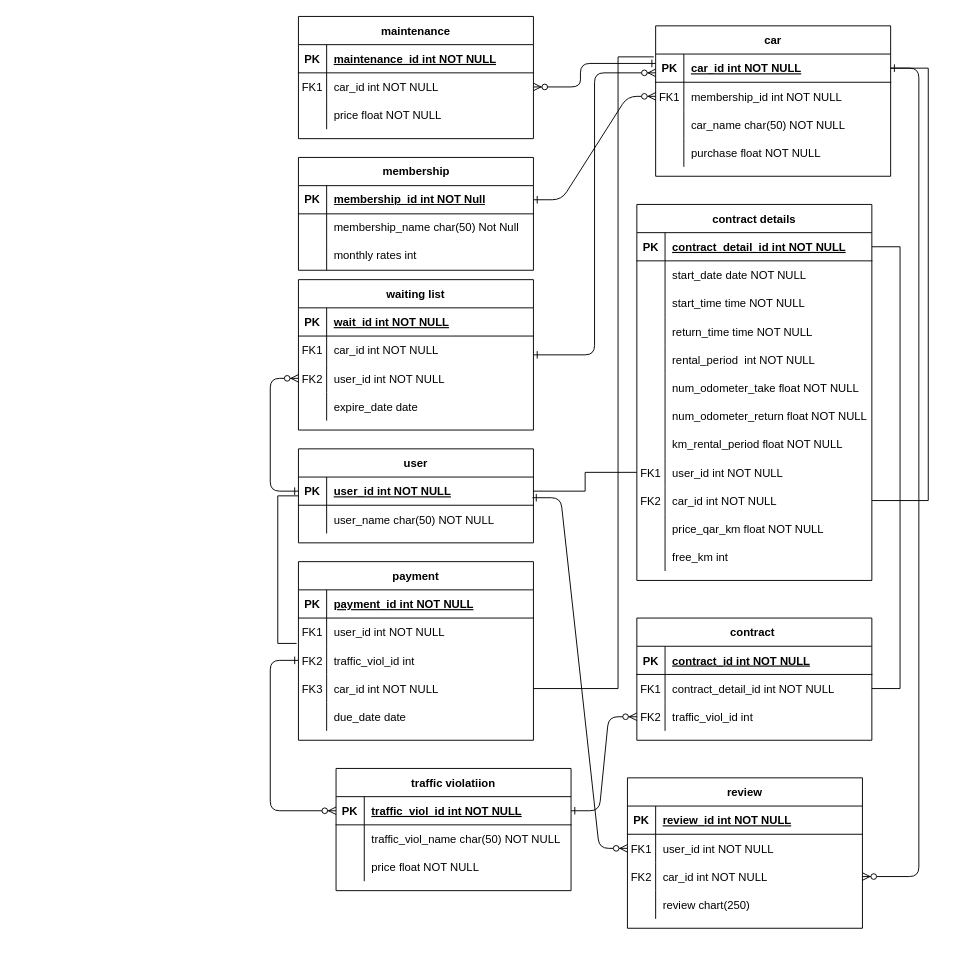
Earlier version of the draw.io diagram Untitled Diagram.drawio (EsraaMohamed0301/Modeling-a-System-to-rent-luxury-exotic-cars-). Source tidied: cells renumbered, new cells numbered last; positions are measured from the earlier drawing's top-left corner, leaving out a move shared by most shapes. Both pictures are drawn from the tidied source at 94%, with x=0, y=0 at pixel (270, 16).
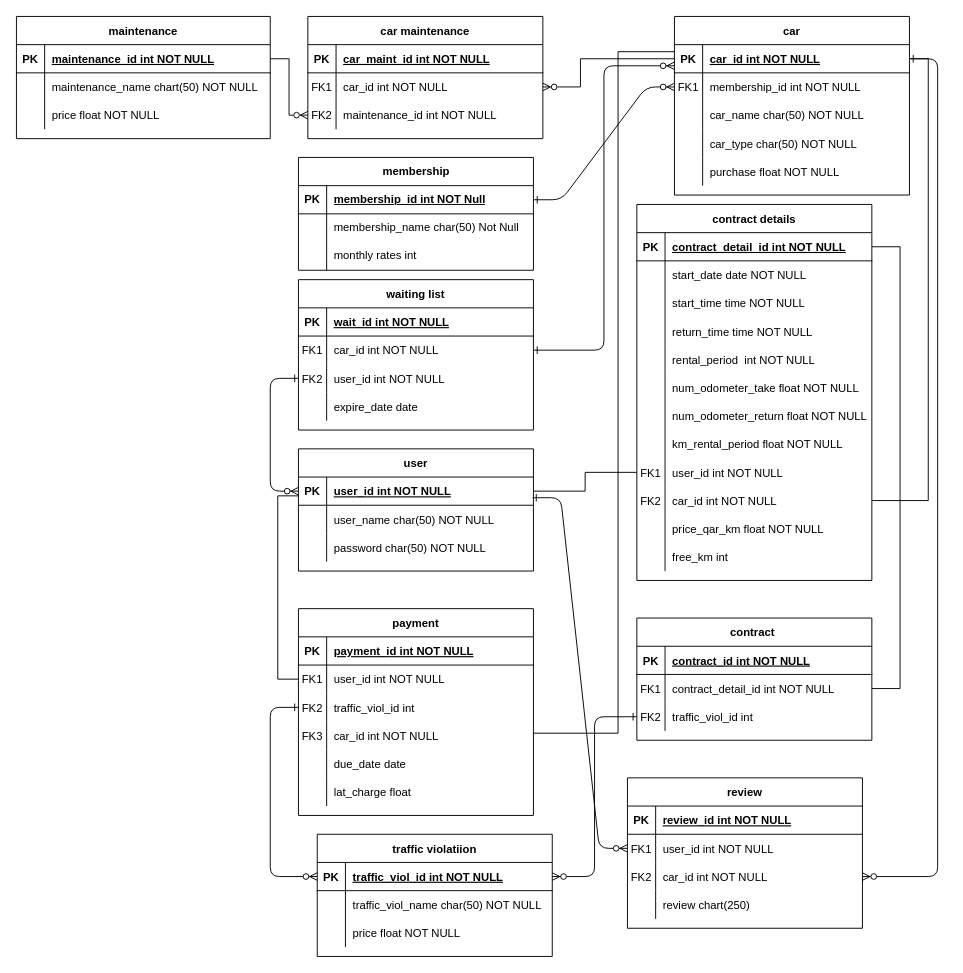
Above is the later version.

Unchanged cells that the change refers to:
```xml
<mxCell id="5" style="shape=partialRectangle;fillColor=none;points=[[0,0.5],[1,0.5]];portConstraint=eastwest;top=0;left=0;right=0;bottom=1;" parent="4" vertex="1">
  <mxGeometry y="30" width="250" height="30" as="geometry" />
</mxCell>
<mxCell id="28" style="shape=partialRectangle;fillColor=none;points=[[0,0.5],[1,0.5]];portConstraint=eastwest;top=0;left=0;right=0;bottom=1;" parent="27" vertex="1">
  <mxGeometry y="30" width="250" height="30" as="geometry" />
</mxCell>
<mxCell id="48" style="shape=partialRectangle;fillColor=none;points=[[0,0.5],[1,0.5]];portConstraint=eastwest;top=0;left=0;right=0;bottom=1;" parent="47" vertex="1">
  <mxGeometry y="30" width="250" height="30" as="geometry" />
</mxCell>
<mxCell id="61" style="shape=partialRectangle;fillColor=none;points=[[0,0.5],[1,0.5]];portConstraint=eastwest;top=0;left=0;right=0;bottom=0;" parent="54" vertex="1">
  <mxGeometry y="90" width="250" height="30" as="geometry" />
</mxCell>
<mxCell id="106" style="shape=partialRectangle;fillColor=none;points=[[0,0.5],[1,0.5]];portConstraint=eastwest;top=0;left=0;right=0;bottom=0;" parent="102" vertex="1">
  <mxGeometry y="60" width="250" height="30" as="geometry" />
</mxCell>
<mxCell id="109" style="shape=partialRectangle;fillColor=none;points=[[0,0.5],[1,0.5]];portConstraint=eastwest;top=0;left=0;right=0;bottom=0;" parent="102" vertex="1">
  <mxGeometry y="90" width="250" height="30" as="geometry" />
</mxCell>
<mxCell id="125" style="shape=partialRectangle;fillColor=none;points=[[0,0.5],[1,0.5]];portConstraint=eastwest;top=0;left=0;right=0;bottom=0;" parent="121" vertex="1">
  <mxGeometry y="60" width="250" height="30" as="geometry" />
</mxCell>
<mxCell id="131" style="shape=partialRectangle;fillColor=none;points=[[0,0.5],[1,0.5]];portConstraint=eastwest;top=0;left=0;right=0;bottom=0;" parent="121" vertex="1">
  <mxGeometry y="120" width="250" height="30" as="geometry" />
</mxCell>
```

Diff of the diagram source:
```diff
@@
-    <mxCell id="3" style="edgeStyle=elbowEdgeStyle;endArrow=ERzeroToMany;startArrow=ERone;endFill=1;startFill=0;" parent="1" edge="1" source="5" target="21">
-      <mxGeometry relative="1" as="geometry">
-        <Array as="points">
-          <mxPoint x="330" y="50" />
-        </Array>
-      </mxGeometry>
-    </mxCell>
     <mxCell id="4" value="car" style="shape=table;startSize=30;childLayout=tableLayout;rowLines=0;fontStyle=1;align=center;" parent="1" vertex="1">
-      <mxGeometry x="410" y="10" width="250" height="160" as="geometry" />
+      <mxGeometry x="430" width="250" height="190" as="geometry" />
     </mxCell>
@@
+    <mxCell id="155" style="shape=partialRectangle;fillColor=none;top=0;left=0;right=0;bottom=0;" parent="4" vertex="1">
+      <mxGeometry y="120" width="250" height="30" as="geometry" />
+    </mxCell>
+    <mxCell id="156" style="shape=partialRectangle;overflow=hidden;fillColor=none;top=0;left=0;bottom=0;right=0;" parent="155" vertex="1">
+      <mxGeometry width="30" height="30" as="geometry" />
+    </mxCell>
+    <mxCell id="157" value="car_type char(50) NOT NULL" style="shape=partialRectangle;overflow=hidden;fillColor=none;top=0;left=0;bottom=0;right=0;align=left;spacingLeft=6;" parent="155" vertex="1">
+      <mxGeometry x="30" width="220" height="30" as="geometry" />
+    </mxCell>
     <mxCell id="14" style="shape=partialRectangle;fillColor=none;top=0;left=0;right=0;bottom=0;" parent="4" vertex="1">
-      <mxGeometry y="120" width="250" height="30" as="geometry" />
+      <mxGeometry y="150" width="250" height="30" as="geometry" />
     </mxCell>
@@
     <mxCell id="17" value="maintenance" style="shape=table;startSize=30;childLayout=tableLayout;rowLines=0;fontStyle=1;align=center;" parent="1" vertex="1">
-      <mxGeometry x="30" width="250" height="130" as="geometry" />
+      <mxGeometry x="-270" width="270" height="130" as="geometry" />
     </mxCell>
     <mxCell id="18" style="shape=partialRectangle;fillColor=none;points=[[0,0.5],[1,0.5]];portConstraint=eastwest;top=0;left=0;right=0;bottom=1;" parent="17" vertex="1">
-      <mxGeometry y="30" width="250" height="30" as="geometry" />
+      <mxGeometry y="30" width="270" height="30" as="geometry" />
     </mxCell>
@@
     <mxCell id="20" value="maintenance_id int NOT NULL " style="shape=partialRectangle;overflow=hidden;fillColor=none;top=0;left=0;bottom=0;right=0;align=left;spacingLeft=6;fontStyle=5;" parent="18" vertex="1">
-      <mxGeometry x="30" width="220" height="30" as="geometry" />
+      <mxGeometry x="30" width="240" height="30" as="geometry" />
     </mxCell>
-    <mxCell id="21" style="shape=partialRectangle;fillColor=none;points=[[0,0.5],[1,0.5]];portConstraint=eastwest;top=0;left=0;right=0;bottom=0;" parent="17" vertex="1">
-      <mxGeometry y="60" width="250" height="30" as="geometry" />
-    </mxCell>
-    <mxCell id="22" value="FK1" style="shape=partialRectangle;overflow=hidden;fillColor=none;top=0;left=0;bottom=0;right=0;" parent="21" vertex="1">
-      <mxGeometry width="30" height="30" as="geometry" />
-    </mxCell>
-    <mxCell id="23" value="car_id int NOT NULL" style="shape=partialRectangle;overflow=hidden;fillColor=none;top=0;left=0;bottom=0;right=0;align=left;spacingLeft=6;" parent="21" vertex="1">
-      <mxGeometry x="30" width="220" height="30" as="geometry" />
-    </mxCell>
+    <mxCell id="158" style="shape=partialRectangle;fillColor=none;top=0;left=0;right=0;bottom=0;" parent="17" vertex="1">
+      <mxGeometry y="60" width="270" height="30" as="geometry" />
+    </mxCell>
+    <mxCell id="159" style="shape=partialRectangle;overflow=hidden;fillColor=none;top=0;left=0;bottom=0;right=0;" parent="158" vertex="1">
+      <mxGeometry width="30" height="30" as="geometry" />
+    </mxCell>
+    <mxCell id="160" value="maintenance_name chart(50) NOT NULL" style="shape=partialRectangle;overflow=hidden;fillColor=none;top=0;left=0;bottom=0;right=0;align=left;spacingLeft=6;" parent="158" vertex="1">
+      <mxGeometry x="30" width="240" height="30" as="geometry" />
+    </mxCell>
     <mxCell id="24" style="shape=partialRectangle;fillColor=none;top=0;left=0;right=0;bottom=0;" parent="17" vertex="1">
-      <mxGeometry y="90" width="250" height="30" as="geometry" />
+      <mxGeometry y="90" width="270" height="30" as="geometry" />
     </mxCell>
@@
     <mxCell id="26" value="price float NOT NULL" style="shape=partialRectangle;overflow=hidden;fillColor=none;top=0;left=0;bottom=0;right=0;align=left;spacingLeft=6;" parent="24" vertex="1">
-      <mxGeometry x="30" width="220" height="30" as="geometry" />
+      <mxGeometry x="30" width="240" height="30" as="geometry" />
     </mxCell>
     <mxCell id="27" value="traffic violatiion" style="shape=table;startSize=30;childLayout=tableLayout;rowLines=0;fontStyle=1;align=center;" parent="1" vertex="1">
-      <mxGeometry x="70" y="800" width="250" height="130" as="geometry" />
+      <mxGeometry x="50" y="870" width="250" height="130" as="geometry" />
     </mxCell>
@@
     <mxCell id="47" value="user" style="shape=table;startSize=30;childLayout=tableLayout;rowLines=0;fontStyle=1;align=center;" parent="1" vertex="1">
-      <mxGeometry x="30" y="460" width="250" height="100" as="geometry" />
+      <mxGeometry x="30" y="460" width="250" height="130" as="geometry" />
     </mxCell>
@@
+    <mxCell id="161" style="shape=partialRectangle;fillColor=none;top=0;left=0;right=0;bottom=0;" parent="47" vertex="1">
+      <mxGeometry y="60" width="250" height="30" as="geometry" />
+    </mxCell>
+    <mxCell id="162" style="shape=partialRectangle;overflow=hidden;fillColor=none;top=0;left=0;bottom=0;right=0;" parent="161" vertex="1">
+      <mxGeometry width="30" height="30" as="geometry" />
+    </mxCell>
+    <mxCell id="163" value="user_name char(50) NOT NULL" style="shape=partialRectangle;overflow=hidden;fillColor=none;top=0;left=0;bottom=0;right=0;align=left;spacingLeft=6;" parent="161" vertex="1">
+      <mxGeometry x="30" width="220" height="30" as="geometry" />
+    </mxCell>
     <mxCell id="51" style="shape=partialRectangle;fillColor=none;top=0;left=0;right=0;bottom=0;" parent="47" vertex="1">
-      <mxGeometry y="60" width="250" height="30" as="geometry" />
+      <mxGeometry y="90" width="250" height="30" as="geometry" />
     </mxCell>
@@
-    <mxCell id="53" value="user_name char(50) NOT NULL" style="shape=partialRectangle;overflow=hidden;fillColor=none;top=0;left=0;bottom=0;right=0;align=left;spacingLeft=6;" parent="51" vertex="1">
+    <mxCell id="53" value="password char(50) NOT NULL" style="shape=partialRectangle;overflow=hidden;fillColor=none;top=0;left=0;bottom=0;right=0;align=left;spacingLeft=6;" parent="51" vertex="1">
       <mxGeometry x="30" width="220" height="30" as="geometry" />
     </mxCell>
@@
-    <mxCell id="64" style="edgeStyle=entityRelationEdgeStyle;endArrow=ERzeroToMany;startArrow=ERone;endFill=1;startFill=0;entryX=0;entryY=0.5;entryDx=0;entryDy=0;" parent="1" edge="1" source="28" target="61">
+    <mxCell id="64" style="edgeStyle=elbowEdgeStyle;endArrow=ERzeroToMany;startArrow=ERone;endFill=1;startFill=0;exitX=0;exitY=0.5;exitDx=0;exitDy=0;" parent="1" edge="1" source="61" target="28">
       <mxGeometry relative="1" as="geometry" />
     </mxCell>
@@
-    <mxCell id="119" style="edgeStyle=elbowEdgeStyle;endArrow=ERzeroToMany;startArrow=ERone;endFill=1;startFill=0;exitX=0;exitY=0.5;exitDx=0;exitDy=0;entryX=0;entryY=0.5;entryDx=0;entryDy=0;" parent="1" edge="1" source="48" target="109">
+    <mxCell id="119" style="edgeStyle=elbowEdgeStyle;endArrow=ERzeroToMany;startArrow=ERone;endFill=1;startFill=0;entryX=0;entryY=0.5;entryDx=0;entryDy=0;" parent="1" edge="1" source="109" target="48">
       <mxGeometry relative="1" as="geometry">
         <Array as="points">
           <mxPoint y="410" />
         </Array>
       </mxGeometry>
     </mxCell>
-    <mxCell id="120" style="endArrow=ERzeroToMany;startArrow=ERone;endFill=1;startFill=0;exitX=1;exitY=0.5;exitDx=0;exitDy=0;edgeStyle=elbowEdgeStyle;" parent="1" edge="1">
+    <mxCell id="120" style="endArrow=ERzeroToMany;startArrow=ERone;endFill=1;startFill=0;exitX=1;exitY=0.5;exitDx=0;exitDy=0;edgeStyle=elbowEdgeStyle;" parent="1" edge="1" source="106">
       <mxGeometry relative="1" as="geometry">
-        <mxPoint x="280" y="360" as="sourcePoint" />
-        <mxPoint x="410" y="60" as="targetPoint" />
+        <mxPoint x="430" y="52.5" as="targetPoint" />
       </mxGeometry>
     </mxCell>
     <mxCell id="121" value="payment" style="shape=table;startSize=30;childLayout=tableLayout;rowLines=0;fontStyle=1;align=center;" parent="1" vertex="1">
-      <mxGeometry x="30" y="580" width="250" height="190" as="geometry" />
+      <mxGeometry x="30" y="630" width="250" height="220" as="geometry" />
     </mxCell>
@@
+    <mxCell id="164" style="shape=partialRectangle;fillColor=none;top=0;left=0;right=0;bottom=0;" parent="121" vertex="1">
+      <mxGeometry y="150" width="250" height="30" as="geometry" />
+    </mxCell>
+    <mxCell id="165" style="shape=partialRectangle;overflow=hidden;fillColor=none;top=0;left=0;bottom=0;right=0;" parent="164" vertex="1">
+      <mxGeometry width="30" height="30" as="geometry" />
+    </mxCell>
+    <mxCell id="166" value="due_date date" style="shape=partialRectangle;overflow=hidden;fillColor=none;top=0;left=0;bottom=0;right=0;align=left;spacingLeft=6;" parent="164" vertex="1">
+      <mxGeometry x="30" width="220" height="30" as="geometry" />
+    </mxCell>
     <mxCell id="134" style="shape=partialRectangle;fillColor=none;top=0;left=0;right=0;bottom=0;" parent="121" vertex="1">
-      <mxGeometry y="150" width="250" height="30" as="geometry" />
+      <mxGeometry y="180" width="250" height="30" as="geometry" />
     </mxCell>
@@
-    <mxCell id="136" value="due_date date" style="shape=partialRectangle;overflow=hidden;fillColor=none;top=0;left=0;bottom=0;right=0;align=left;spacingLeft=6;" parent="134" vertex="1">
+    <mxCell id="136" value="lat_charge float " style="shape=partialRectangle;overflow=hidden;fillColor=none;top=0;left=0;bottom=0;right=0;align=left;spacingLeft=6;" parent="134" vertex="1">
       <mxGeometry x="30" width="220" height="30" as="geometry" />
     </mxCell>
@@
-    <mxCell id="138" style="edgeStyle=elbowEdgeStyle;html=1;endArrow=none;rounded=0;entryX=-0.008;entryY=0.1;entryDx=0;entryDy=0;entryPerimeter=0;" parent="1" edge="1" source="131" target="5">
+    <mxCell id="138" style="edgeStyle=elbowEdgeStyle;html=1;endArrow=none;rounded=0;" parent="1" edge="1">
       <mxGeometry relative="1" as="geometry">
+        <mxPoint x="280" y="762.5" as="sourcePoint" />
+        <mxPoint x="430" y="37.5" as="targetPoint" />
         <Array as="points">
-          <mxPoint x="370" y="380" />
+          <mxPoint x="370" y="377.5" />
         </Array>
       </mxGeometry>
     </mxCell>
-    <mxCell id="139" style="edgeStyle=elbowEdgeStyle;html=1;endArrow=none;rounded=0;entryX=0.008;entryY=0.267;entryDx=0;entryDy=0;entryPerimeter=0;" parent="1" edge="1">
+    <mxCell id="139" style="edgeStyle=elbowEdgeStyle;html=1;endArrow=none;rounded=0;entryX=0.008;entryY=0.267;entryDx=0;entryDy=0;entryPerimeter=0;" parent="1" edge="1" source="125">
       <mxGeometry relative="1" as="geometry">
-        <mxPoint x="28" y="667" as="sourcePoint" />
         <mxPoint x="30" y="510" as="targetPoint" />
         <Array as="points">
           <mxPoint x="8" y="581" />
         </Array>
       </mxGeometry>
     </mxCell>
@@
+    <mxCell id="167" value="car maintenance" style="shape=table;startSize=30;childLayout=tableLayout;rowLines=0;fontStyle=1;align=center;" parent="1" vertex="1">
+      <mxGeometry x="40" width="250" height="130" as="geometry" />
+    </mxCell>
+    <mxCell id="168" style="shape=partialRectangle;fillColor=none;top=0;left=0;right=0;bottom=1;" parent="167" vertex="1">
+      <mxGeometry y="30" width="250" height="30" as="geometry" />
+    </mxCell>
+    <mxCell id="169" value="PK" style="shape=partialRectangle;overflow=hidden;fillColor=none;top=0;left=0;bottom=0;right=0;fontStyle=1;" parent="168" vertex="1">
+      <mxGeometry width="30" height="30" as="geometry" />
+    </mxCell>
+    <mxCell id="170" value="car_maint_id int NOT NULL " style="shape=partialRectangle;overflow=hidden;fillColor=none;top=0;left=0;bottom=0;right=0;align=left;spacingLeft=6;fontStyle=5;" parent="168" vertex="1">
+      <mxGeometry x="30" width="220" height="30" as="geometry" />
+    </mxCell>
+    <mxCell id="171" style="shape=partialRectangle;fillColor=none;points=[[0,0.5],[1,0.5]];portConstraint=eastwest;top=0;left=0;right=0;bottom=0;" parent="167" vertex="1">
+      <mxGeometry y="60" width="250" height="30" as="geometry" />
+    </mxCell>
+    <mxCell id="22" value="FK1" style="shape=partialRectangle;overflow=hidden;fillColor=none;top=0;left=0;bottom=0;right=0;" parent="171" vertex="1">
+      <mxGeometry width="30" height="30" as="geometry" />
+    </mxCell>
+    <mxCell id="23" value="car_id int NOT NULL" style="shape=partialRectangle;overflow=hidden;fillColor=none;top=0;left=0;bottom=0;right=0;align=left;spacingLeft=6;" parent="171" vertex="1">
+      <mxGeometry x="30" width="220" height="30" as="geometry" />
+    </mxCell>
+    <mxCell id="172" style="shape=partialRectangle;fillColor=none;points=[[0,0.5],[1,0.5]];portConstraint=eastwest;top=0;left=0;right=0;bottom=0;" parent="167" vertex="1">
+      <mxGeometry y="90" width="250" height="30" as="geometry" />
+    </mxCell>
+    <mxCell id="173" value="FK2" style="shape=partialRectangle;overflow=hidden;fillColor=none;top=0;left=0;bottom=0;right=0;" parent="172" vertex="1">
+      <mxGeometry width="30" height="30" as="geometry" />
+    </mxCell>
+    <mxCell id="174" value="maintenance_id int NOT NULL" style="shape=partialRectangle;overflow=hidden;fillColor=none;top=0;left=0;bottom=0;right=0;align=left;spacingLeft=6;" parent="172" vertex="1">
+      <mxGeometry x="30" width="220" height="30" as="geometry" />
+    </mxCell>
+    <mxCell id="175" style="edgeStyle=orthogonalEdgeStyle;rounded=0;jettySize=auto;html=1;exitX=1;exitY=0.5;exitDx=0;exitDy=0;endArrow=ERzeroToMany;endFill=0;" parent="1" edge="1" source="18" target="172">
+      <mxGeometry relative="1" as="geometry" />
+    </mxCell>
+    <mxCell id="176" style="edgeStyle=orthogonalEdgeStyle;rounded=0;jettySize=auto;html=1;exitX=0;exitY=0.5;exitDx=0;exitDy=0;entryX=1;entryY=0.5;entryDx=0;entryDy=0;endArrow=ERzeroToMany;endFill=0;" parent="1" edge="1" source="5" target="171">
+      <mxGeometry relative="1" as="geometry">
+        <Array as="points">
+          <mxPoint x="330" y="45" />
+          <mxPoint x="330" y="75" />
+        </Array>
+      </mxGeometry>
+    </mxCell>
```
